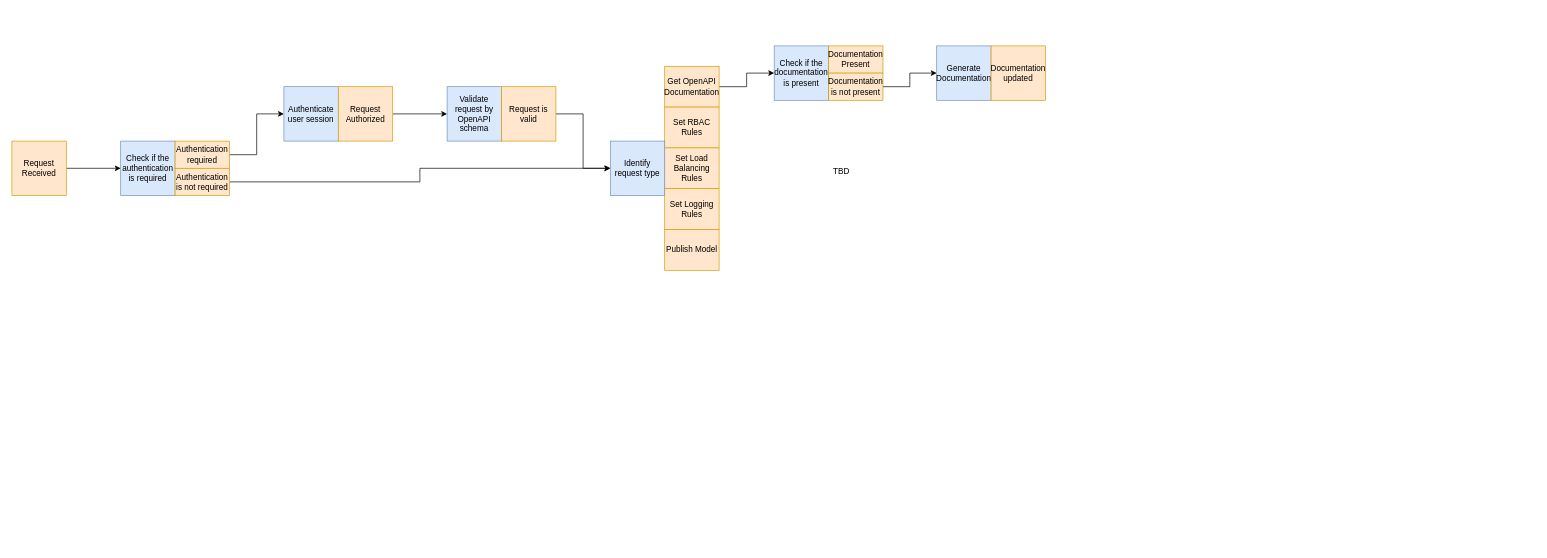
The draw.io diagram PracticeTasks/Module2/Task_9/events.drawio in fanglores/Advanced-Software-Design, before the edit. Source tidied: cells renumbered, new cells numbered last; positions are measured from the earlier drawing's top-left corner, leaving out a move shared by most shapes. Both pictures are drawn from the tidied source at 68%, with x=0, y=0 at pixel (12, 46).
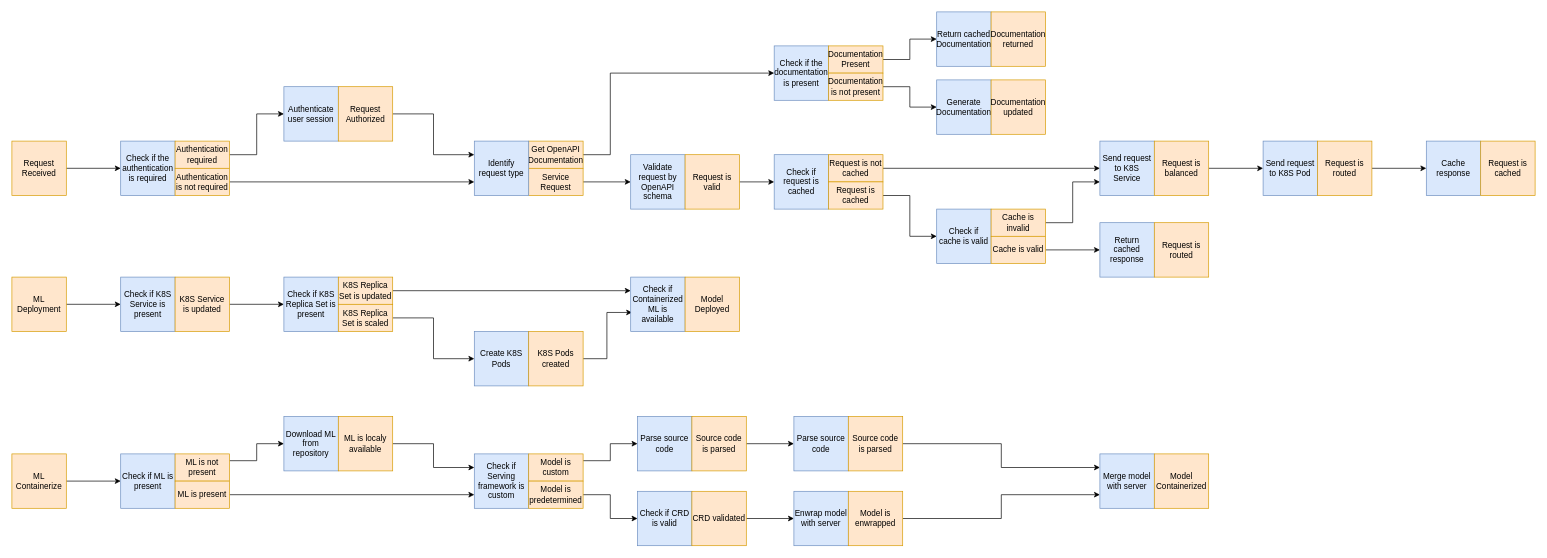
The same page after the edit.

Unchanged cells that the change refers to:
```xml
<mxCell id="6" value="Request Authorized" style="rounded=0;whiteSpace=wrap;html=1;fillColor=#ffe6cc;strokeColor=#d79b00;" parent="1" vertex="1">
  <mxGeometry x="480" y="60" width="80" height="80" as="geometry" />
</mxCell>
<mxCell id="20" value="Authentication is not required" style="rounded=0;whiteSpace=wrap;html=1;fillColor=#ffe6cc;strokeColor=#d79b00;" parent="1" vertex="1">
  <mxGeometry x="240" y="180" width="80" height="40" as="geometry" />
</mxCell>
<mxCell id="22" value="Check if the documentation is present" style="rounded=0;whiteSpace=wrap;html=1;fillColor=#dae8fc;strokeColor=#6c8ebf;" parent="1" vertex="1">
  <mxGeometry x="1121" width="80" height="80" as="geometry" />
</mxCell>
<mxCell id="23" value="Documentation Present" style="rounded=0;whiteSpace=wrap;html=1;fillColor=#ffe6cc;strokeColor=#d79b00;" parent="1" vertex="1">
  <mxGeometry x="1201" width="80" height="40" as="geometry" />
</mxCell>
```

Diff of the diagram source:
```diff
@@
-    <mxCell id="5" style="edgeStyle=orthogonalEdgeStyle;rounded=0;jettySize=auto;html=1;exitX=1;exitY=0.5;exitDx=0;exitDy=0;entryX=0;entryY=0.5;entryDx=0;entryDy=0;" parent="1" edge="1" source="6" target="7">
+    <mxCell id="5" style="edgeStyle=orthogonalEdgeStyle;rounded=0;jettySize=auto;html=1;exitX=1;exitY=0.5;exitDx=0;exitDy=0;entryX=0;entryY=0.25;entryDx=0;entryDy=0;" parent="1" edge="1" source="6" target="21">
       <mxGeometry relative="1" as="geometry" />
     </mxCell>
@@
     <mxCell id="7" value="Validate request by OpenAPI schema" style="rounded=0;whiteSpace=wrap;html=1;fillColor=#dae8fc;strokeColor=#6c8ebf;" parent="1" vertex="1">
-      <mxGeometry x="640" y="60" width="80" height="80" as="geometry" />
+      <mxGeometry x="910" y="160" width="80" height="80" as="geometry" />
     </mxCell>
-    <mxCell id="8" style="edgeStyle=orthogonalEdgeStyle;rounded=0;jettySize=auto;html=1;exitX=1;exitY=0.5;exitDx=0;exitDy=0;entryX=0;entryY=0.5;entryDx=0;entryDy=0;" parent="1" edge="1" source="9" target="21">
-      <mxGeometry relative="1" as="geometry" />
-    </mxCell>
+    <mxCell id="29" style="edgeStyle=orthogonalEdgeStyle;rounded=0;html=1;exitX=1;exitY=0.5;exitDx=0;exitDy=0;entryX=0;entryY=0.5;entryDx=0;entryDy=0;" parent="1" edge="1" source="9" target="57">
+      <mxGeometry relative="1" as="geometry" />
+    </mxCell>
     <mxCell id="9" value="Request is valid" style="rounded=0;whiteSpace=wrap;html=1;fillColor=#ffe6cc;strokeColor=#d79b00;" parent="1" vertex="1">
-      <mxGeometry x="720" y="60" width="80" height="80" as="geometry" />
+      <mxGeometry x="990" y="160" width="80" height="80" as="geometry" />
     </mxCell>
@@
     <mxCell id="11" style="edgeStyle=orthogonalEdgeStyle;rounded=0;jettySize=auto;html=1;exitX=1;exitY=0.5;exitDx=0;exitDy=0;entryX=0;entryY=0.5;entryDx=0;entryDy=0;" parent="1" edge="1" source="12" target="22">
-      <mxGeometry relative="1" as="geometry" />
+      <mxGeometry relative="1" as="geometry">
+        <Array as="points">
+          <mxPoint x="880" y="160" />
+          <mxPoint x="880" y="40" />
+        </Array>
+      </mxGeometry>
     </mxCell>
     <mxCell id="12" value="Get OpenAPI&lt;div&gt;Documentation&lt;/div&gt;" style="rounded=0;whiteSpace=wrap;html=1;fillColor=#ffe6cc;strokeColor=#d79b00;" parent="1" vertex="1">
-      <mxGeometry x="960" y="30" width="80" height="60" as="geometry" />
+      <mxGeometry x="760" y="140" width="80" height="40" as="geometry" />
     </mxCell>
-    <mxCell id="13" value="Set RBAC Rules" style="rounded=0;whiteSpace=wrap;html=1;fillColor=#ffe6cc;strokeColor=#d79b00;" parent="1" vertex="1">
-      <mxGeometry x="960" y="90" width="80" height="60" as="geometry" />
-    </mxCell>
-    <mxCell id="14" value="Set Load Balancing Rules" style="rounded=0;whiteSpace=wrap;html=1;fillColor=#ffe6cc;strokeColor=#d79b00;" parent="1" vertex="1">
-      <mxGeometry x="960" y="150" width="80" height="60" as="geometry" />
-    </mxCell>
-    <mxCell id="15" value="Set Logging Rules" style="rounded=0;whiteSpace=wrap;html=1;fillColor=#ffe6cc;strokeColor=#d79b00;" parent="1" vertex="1">
-      <mxGeometry x="960" y="210" width="80" height="60" as="geometry" />
-    </mxCell>
+    <mxCell id="30" style="edgeStyle=orthogonalEdgeStyle;html=1;exitX=1;exitY=0.5;exitDx=0;exitDy=0;entryX=0;entryY=0.5;entryDx=0;entryDy=0;rounded=0;" parent="1" edge="1" source="16" target="7">
+      <mxGeometry relative="1" as="geometry" />
+    </mxCell>
-    <mxCell id="16" value="Publish Model" style="rounded=0;whiteSpace=wrap;html=1;fillColor=#ffe6cc;strokeColor=#d79b00;" parent="1" vertex="1">
-      <mxGeometry x="960" y="270" width="80" height="60" as="geometry" />
+    <mxCell id="16" value="Service Request" style="rounded=0;whiteSpace=wrap;html=1;fillColor=#ffe6cc;strokeColor=#d79b00;" parent="1" vertex="1">
+      <mxGeometry x="760" y="180" width="80" height="40" as="geometry" />
     </mxCell>
@@
-    <mxCell id="19" style="edgeStyle=orthogonalEdgeStyle;rounded=0;jettySize=auto;html=1;exitX=1;exitY=0.5;exitDx=0;exitDy=0;" parent="1" edge="1" source="20" target="21">
+    <mxCell id="19" style="edgeStyle=orthogonalEdgeStyle;rounded=0;jettySize=auto;html=1;exitX=1;exitY=0.5;exitDx=0;exitDy=0;entryX=0;entryY=0.75;entryDx=0;entryDy=0;" parent="1" edge="1" source="20" target="21">
       <mxGeometry relative="1" as="geometry" />
     </mxCell>
@@
     <mxCell id="21" value="Identify request type" style="rounded=0;whiteSpace=wrap;html=1;fillColor=#dae8fc;strokeColor=#6c8ebf;" parent="1" vertex="1">
-      <mxGeometry x="880" y="140" width="80" height="80" as="geometry" />
+      <mxGeometry x="680" y="140" width="80" height="80" as="geometry" />
     </mxCell>
@@
+    <mxCell id="31" style="edgeStyle=orthogonalEdgeStyle;rounded=0;html=1;exitX=1;exitY=0.5;exitDx=0;exitDy=0;entryX=0;entryY=0.5;entryDx=0;entryDy=0;" parent="1" edge="1" source="23" target="37">
+      <mxGeometry relative="1" as="geometry" />
+    </mxCell>
@@
     <mxCell id="26" value="Generate Documentation" style="rounded=0;whiteSpace=wrap;html=1;fillColor=#dae8fc;strokeColor=#6c8ebf;" parent="1" vertex="1">
-      <mxGeometry x="1360" width="80" height="80" as="geometry" />
+      <mxGeometry x="1360" y="50" width="80" height="80" as="geometry" />
     </mxCell>
     <mxCell id="27" value="Documentation updated" style="rounded=0;whiteSpace=wrap;html=1;fillColor=#ffe6cc;strokeColor=#d79b00;" parent="1" vertex="1">
-      <mxGeometry x="1440" width="80" height="80" as="geometry" />
+      <mxGeometry x="1440" y="50" width="80" height="80" as="geometry" />
     </mxCell>
-    <mxCell id="28" value="TBD" style="text;html=1;align=center;verticalAlign=middle;whiteSpace=wrap;rounded=0;" parent="1" vertex="1">
-      <mxGeometry x="1190" y="170" width="60" height="30" as="geometry" />
-    </mxCell>
+    <mxCell id="32" style="edgeStyle=orthogonalEdgeStyle;rounded=0;html=1;exitX=1;exitY=0.5;exitDx=0;exitDy=0;entryX=0;entryY=0.5;entryDx=0;entryDy=0;" parent="1" edge="1" source="33" target="34">
+      <mxGeometry relative="1" as="geometry" />
+    </mxCell>
+    <mxCell id="33" value="ML Deployment" style="rounded=0;whiteSpace=wrap;html=1;fillColor=#ffe6cc;strokeColor=#d79b00;" parent="1" vertex="1">
+      <mxGeometry y="340" width="80" height="80" as="geometry" />
+    </mxCell>
+    <mxCell id="34" value="Check if K8S Service is present" style="rounded=0;whiteSpace=wrap;html=1;fillColor=#dae8fc;strokeColor=#6c8ebf;" parent="1" vertex="1">
+      <mxGeometry x="160" y="340" width="80" height="80" as="geometry" />
+    </mxCell>
+    <mxCell id="35" style="edgeStyle=orthogonalEdgeStyle;rounded=0;html=1;exitX=1;exitY=0.5;exitDx=0;exitDy=0;entryX=0;entryY=0.5;entryDx=0;entryDy=0;" parent="1" edge="1" source="36" target="45">
+      <mxGeometry relative="1" as="geometry" />
+    </mxCell>
+    <mxCell id="36" value="K8S Service is updated" style="rounded=0;whiteSpace=wrap;html=1;fillColor=#ffe6cc;strokeColor=#d79b00;" parent="1" vertex="1">
+      <mxGeometry x="240" y="340" width="80" height="80" as="geometry" />
+    </mxCell>
+    <mxCell id="37" value="Return cached Documentation" style="rounded=0;whiteSpace=wrap;html=1;fillColor=#dae8fc;strokeColor=#6c8ebf;" parent="1" vertex="1">
+      <mxGeometry x="1360" y="-50" width="80" height="80" as="geometry" />
+    </mxCell>
+    <mxCell id="38" value="Documentation returned" style="rounded=0;whiteSpace=wrap;html=1;fillColor=#ffe6cc;strokeColor=#d79b00;" parent="1" vertex="1">
+      <mxGeometry x="1440" y="-50" width="80" height="80" as="geometry" />
+    </mxCell>
+    <mxCell id="39" value="Send request to K8S Service" style="rounded=0;whiteSpace=wrap;html=1;fillColor=#dae8fc;strokeColor=#6c8ebf;" parent="1" vertex="1">
+      <mxGeometry x="1600" y="140" width="80" height="80" as="geometry" />
+    </mxCell>
+    <mxCell id="40" style="edgeStyle=orthogonalEdgeStyle;rounded=0;html=1;exitX=1;exitY=0.5;exitDx=0;exitDy=0;entryX=0;entryY=0.5;entryDx=0;entryDy=0;" parent="1" edge="1" source="41" target="42">
+      <mxGeometry relative="1" as="geometry" />
+    </mxCell>
+    <mxCell id="41" value="Request is balanced" style="rounded=0;whiteSpace=wrap;html=1;fillColor=#ffe6cc;strokeColor=#d79b00;" parent="1" vertex="1">
+      <mxGeometry x="1680" y="140" width="80" height="80" as="geometry" />
+    </mxCell>
+    <mxCell id="42" value="Send request to K8S Pod" style="rounded=0;whiteSpace=wrap;html=1;fillColor=#dae8fc;strokeColor=#6c8ebf;" parent="1" vertex="1">
+      <mxGeometry x="1840" y="140" width="80" height="80" as="geometry" />
+    </mxCell>
+    <mxCell id="43" style="edgeStyle=orthogonalEdgeStyle;rounded=0;html=1;exitX=1;exitY=0.5;exitDx=0;exitDy=0;entryX=0;entryY=0.5;entryDx=0;entryDy=0;" parent="1" edge="1" source="44" target="55">
+      <mxGeometry relative="1" as="geometry" />
+    </mxCell>
+    <mxCell id="44" value="Request is routed" style="rounded=0;whiteSpace=wrap;html=1;fillColor=#ffe6cc;strokeColor=#d79b00;" parent="1" vertex="1">
+      <mxGeometry x="1920" y="140" width="80" height="80" as="geometry" />
+    </mxCell>
+    <mxCell id="45" value="Check if K8S Replica Set is present" style="rounded=0;whiteSpace=wrap;html=1;fillColor=#dae8fc;strokeColor=#6c8ebf;" parent="1" vertex="1">
+      <mxGeometry x="400" y="340" width="80" height="80" as="geometry" />
+    </mxCell>
+    <mxCell id="46" style="edgeStyle=orthogonalEdgeStyle;rounded=0;html=1;exitX=1;exitY=0.5;exitDx=0;exitDy=0;entryX=0;entryY=0.25;entryDx=0;entryDy=0;" parent="1" edge="1" source="47" target="53">
+      <mxGeometry relative="1" as="geometry" />
+    </mxCell>
+    <mxCell id="47" value="K8S Replica Set is updated" style="rounded=0;whiteSpace=wrap;html=1;fillColor=#ffe6cc;strokeColor=#d79b00;" parent="1" vertex="1">
+      <mxGeometry x="480" y="340" width="80" height="40" as="geometry" />
+    </mxCell>
+    <mxCell id="48" style="edgeStyle=orthogonalEdgeStyle;rounded=0;html=1;exitX=1;exitY=0.5;exitDx=0;exitDy=0;entryX=0;entryY=0.5;entryDx=0;entryDy=0;" parent="1" edge="1" source="49" target="50">
+      <mxGeometry relative="1" as="geometry" />
+    </mxCell>
+    <mxCell id="49" value="K8S Replica Set is scaled" style="rounded=0;whiteSpace=wrap;html=1;fillColor=#ffe6cc;strokeColor=#d79b00;" parent="1" vertex="1">
+      <mxGeometry x="480" y="380" width="80" height="40" as="geometry" />
+    </mxCell>
+    <mxCell id="50" value="Create K8S Pods" style="rounded=0;whiteSpace=wrap;html=1;fillColor=#dae8fc;strokeColor=#6c8ebf;" parent="1" vertex="1">
+      <mxGeometry x="680" y="420" width="80" height="80" as="geometry" />
+    </mxCell>
+    <mxCell id="51" style="edgeStyle=orthogonalEdgeStyle;rounded=0;html=1;exitX=1;exitY=0.5;exitDx=0;exitDy=0;entryX=0.025;entryY=0.65;entryDx=0;entryDy=0;entryPerimeter=0;" parent="1" edge="1" source="52" target="53">
+      <mxGeometry relative="1" as="geometry" />
+    </mxCell>
+    <mxCell id="52" value="K8S Pods created" style="rounded=0;whiteSpace=wrap;html=1;fillColor=#ffe6cc;strokeColor=#d79b00;" parent="1" vertex="1">
+      <mxGeometry x="760" y="420" width="80" height="80" as="geometry" />
+    </mxCell>
+    <mxCell id="53" value="Check if Containerized ML is available" style="rounded=0;whiteSpace=wrap;html=1;fillColor=#dae8fc;strokeColor=#6c8ebf;" parent="1" vertex="1">
+      <mxGeometry x="910" y="340" width="80" height="80" as="geometry" />
+    </mxCell>
+    <mxCell id="54" value="Model Deployed" style="rounded=0;whiteSpace=wrap;html=1;fillColor=#ffe6cc;strokeColor=#d79b00;" parent="1" vertex="1">
+      <mxGeometry x="990" y="340" width="80" height="80" as="geometry" />
+    </mxCell>
+    <mxCell id="55" value="Cache response" style="rounded=0;whiteSpace=wrap;html=1;fillColor=#dae8fc;strokeColor=#6c8ebf;" parent="1" vertex="1">
+      <mxGeometry x="2080" y="140" width="80" height="80" as="geometry" />
+    </mxCell>
+    <mxCell id="56" value="Request is cached" style="rounded=0;whiteSpace=wrap;html=1;fillColor=#ffe6cc;strokeColor=#d79b00;" parent="1" vertex="1">
+      <mxGeometry x="2160" y="140" width="80" height="80" as="geometry" />
+    </mxCell>
+    <mxCell id="57" value="Check if request is cached" style="rounded=0;whiteSpace=wrap;html=1;fillColor=#dae8fc;strokeColor=#6c8ebf;" parent="1" vertex="1">
+      <mxGeometry x="1121" y="160" width="80" height="80" as="geometry" />
+    </mxCell>
+    <mxCell id="58" style="edgeStyle=orthogonalEdgeStyle;rounded=0;html=1;exitX=1;exitY=0.5;exitDx=0;exitDy=0;entryX=0;entryY=0.5;entryDx=0;entryDy=0;" parent="1" edge="1" source="59" target="39">
+      <mxGeometry relative="1" as="geometry" />
+    </mxCell>
+    <mxCell id="59" value="Request is not cached" style="rounded=0;whiteSpace=wrap;html=1;fillColor=#ffe6cc;strokeColor=#d79b00;" parent="1" vertex="1">
+      <mxGeometry x="1201" y="160" width="80" height="40" as="geometry" />
+    </mxCell>
+    <mxCell id="60" value="Check if cache is valid" style="rounded=0;whiteSpace=wrap;html=1;fillColor=#dae8fc;strokeColor=#6c8ebf;" parent="1" vertex="1">
+      <mxGeometry x="1360" y="240" width="80" height="80" as="geometry" />
+    </mxCell>
+    <mxCell id="61" style="edgeStyle=orthogonalEdgeStyle;rounded=0;html=1;exitX=1;exitY=0.5;exitDx=0;exitDy=0;entryX=0;entryY=0.75;entryDx=0;entryDy=0;" parent="1" edge="1" source="62" target="39">
+      <mxGeometry relative="1" as="geometry" />
+    </mxCell>
+    <mxCell id="62" value="Cache is invalid" style="rounded=0;whiteSpace=wrap;html=1;fillColor=#ffe6cc;strokeColor=#d79b00;" parent="1" vertex="1">
+      <mxGeometry x="1440" y="240" width="80" height="40" as="geometry" />
+    </mxCell>
+    <mxCell id="63" style="edgeStyle=orthogonalEdgeStyle;rounded=0;html=1;exitX=1;exitY=0.5;exitDx=0;exitDy=0;entryX=0;entryY=0.5;entryDx=0;entryDy=0;" parent="1" edge="1" source="64" target="60">
+      <mxGeometry relative="1" as="geometry" />
+    </mxCell>
+    <mxCell id="64" value="Request is cached" style="rounded=0;whiteSpace=wrap;html=1;fillColor=#ffe6cc;strokeColor=#d79b00;" parent="1" vertex="1">
+      <mxGeometry x="1201" y="200" width="80" height="40" as="geometry" />
+    </mxCell>
+    <mxCell id="65" value="Return cached response" style="rounded=0;whiteSpace=wrap;html=1;fillColor=#dae8fc;strokeColor=#6c8ebf;" parent="1" vertex="1">
+      <mxGeometry x="1600" y="260" width="80" height="80" as="geometry" />
+    </mxCell>
+    <mxCell id="66" value="Request is routed" style="rounded=0;whiteSpace=wrap;html=1;fillColor=#ffe6cc;strokeColor=#d79b00;" parent="1" vertex="1">
+      <mxGeometry x="1680" y="260" width="80" height="80" as="geometry" />
+    </mxCell>
+    <mxCell id="67" style="edgeStyle=orthogonalEdgeStyle;rounded=0;html=1;exitX=1;exitY=0.5;exitDx=0;exitDy=0;entryX=0;entryY=0.5;entryDx=0;entryDy=0;" parent="1" edge="1" source="68" target="65">
+      <mxGeometry relative="1" as="geometry" />
+    </mxCell>
+    <mxCell id="68" value="Cache is valid" style="rounded=0;whiteSpace=wrap;html=1;fillColor=#ffe6cc;strokeColor=#d79b00;" parent="1" vertex="1">
+      <mxGeometry x="1440" y="280" width="80" height="40" as="geometry" />
+    </mxCell>
+    <mxCell id="69" style="edgeStyle=orthogonalEdgeStyle;rounded=0;html=1;exitX=1;exitY=0.5;exitDx=0;exitDy=0;entryX=0;entryY=0.5;entryDx=0;entryDy=0;" parent="1" edge="1" source="70" target="91">
+      <mxGeometry relative="1" as="geometry" />
+    </mxCell>
+    <mxCell id="70" value="ML Containerize" style="rounded=0;whiteSpace=wrap;html=1;fillColor=#ffe6cc;strokeColor=#d79b00;" parent="1" vertex="1">
+      <mxGeometry y="600" width="80" height="80" as="geometry" />
+    </mxCell>
+    <mxCell id="71" value="Check if Serving framework is custom" style="rounded=0;whiteSpace=wrap;html=1;fillColor=#dae8fc;strokeColor=#6c8ebf;" parent="1" vertex="1">
+      <mxGeometry x="680" y="600" width="80" height="80" as="geometry" />
+    </mxCell>
+    <mxCell id="72" style="edgeStyle=orthogonalEdgeStyle;rounded=0;html=1;exitX=1;exitY=0.25;exitDx=0;exitDy=0;entryX=0;entryY=0.5;entryDx=0;entryDy=0;" parent="1" edge="1" source="73" target="76">
+      <mxGeometry relative="1" as="geometry" />
+    </mxCell>
+    <mxCell id="73" value="Model is custom" style="rounded=0;whiteSpace=wrap;html=1;fillColor=#ffe6cc;strokeColor=#d79b00;" parent="1" vertex="1">
+      <mxGeometry x="760" y="600" width="80" height="40" as="geometry" />
+    </mxCell>
+    <mxCell id="74" style="edgeStyle=orthogonalEdgeStyle;rounded=0;html=1;exitX=1;exitY=0.5;exitDx=0;exitDy=0;entryX=0;entryY=0.5;entryDx=0;entryDy=0;" parent="1" edge="1" source="75" target="79">
+      <mxGeometry relative="1" as="geometry" />
+    </mxCell>
+    <mxCell id="75" value="Model is predetermined" style="rounded=0;whiteSpace=wrap;html=1;fillColor=#ffe6cc;strokeColor=#d79b00;" parent="1" vertex="1">
+      <mxGeometry x="760" y="640" width="80" height="40" as="geometry" />
+    </mxCell>
+    <mxCell id="76" value="Parse source code" style="rounded=0;whiteSpace=wrap;html=1;fillColor=#dae8fc;strokeColor=#6c8ebf;" parent="1" vertex="1">
+      <mxGeometry x="920" y="545" width="80" height="80" as="geometry" />
+    </mxCell>
+    <mxCell id="77" style="edgeStyle=orthogonalEdgeStyle;rounded=0;html=1;exitX=1;exitY=0.5;exitDx=0;exitDy=0;entryX=0;entryY=0.5;entryDx=0;entryDy=0;" parent="1" edge="1" source="78" target="88">
+      <mxGeometry relative="1" as="geometry" />
+    </mxCell>
+    <mxCell id="78" value="Source code is parsed" style="rounded=0;whiteSpace=wrap;html=1;fillColor=#ffe6cc;strokeColor=#d79b00;" parent="1" vertex="1">
+      <mxGeometry x="1000" y="545" width="80" height="80" as="geometry" />
+    </mxCell>
+    <mxCell id="79" value="Check if CRD is valid" style="rounded=0;whiteSpace=wrap;html=1;fillColor=#dae8fc;strokeColor=#6c8ebf;" parent="1" vertex="1">
+      <mxGeometry x="920" y="655" width="80" height="80" as="geometry" />
+    </mxCell>
+    <mxCell id="80" style="edgeStyle=orthogonalEdgeStyle;rounded=0;html=1;exitX=1;exitY=0.5;exitDx=0;exitDy=0;entryX=0;entryY=0.5;entryDx=0;entryDy=0;" parent="1" edge="1" source="81" target="85">
+      <mxGeometry relative="1" as="geometry" />
+    </mxCell>
+    <mxCell id="81" value="CRD validated" style="rounded=0;whiteSpace=wrap;html=1;fillColor=#ffe6cc;strokeColor=#d79b00;" parent="1" vertex="1">
+      <mxGeometry x="1000" y="655" width="80" height="80" as="geometry" />
+    </mxCell>
+    <mxCell id="82" value="Download ML from repository" style="rounded=0;whiteSpace=wrap;html=1;fillColor=#dae8fc;strokeColor=#6c8ebf;" parent="1" vertex="1">
+      <mxGeometry x="400" y="545" width="80" height="80" as="geometry" />
+    </mxCell>
+    <mxCell id="83" style="edgeStyle=orthogonalEdgeStyle;rounded=0;html=1;exitX=1;exitY=0.5;exitDx=0;exitDy=0;entryX=0;entryY=0.25;entryDx=0;entryDy=0;" parent="1" edge="1" source="84" target="71">
+      <mxGeometry relative="1" as="geometry" />
+    </mxCell>
+    <mxCell id="84" value="ML is localy available" style="rounded=0;whiteSpace=wrap;html=1;fillColor=#ffe6cc;strokeColor=#d79b00;" parent="1" vertex="1">
+      <mxGeometry x="480" y="545" width="80" height="80" as="geometry" />
+    </mxCell>
+    <mxCell id="85" value="Enwrap model with server" style="rounded=0;whiteSpace=wrap;html=1;fillColor=#dae8fc;strokeColor=#6c8ebf;" parent="1" vertex="1">
+      <mxGeometry x="1150" y="655" width="80" height="80" as="geometry" />
+    </mxCell>
+    <mxCell id="86" style="edgeStyle=orthogonalEdgeStyle;rounded=0;html=1;exitX=1;exitY=0.5;exitDx=0;exitDy=0;entryX=0;entryY=0.75;entryDx=0;entryDy=0;" parent="1" edge="1" source="87" target="96">
+      <mxGeometry relative="1" as="geometry" />
+    </mxCell>
+    <mxCell id="87" value="Model is enwrapped" style="rounded=0;whiteSpace=wrap;html=1;fillColor=#ffe6cc;strokeColor=#d79b00;" parent="1" vertex="1">
+      <mxGeometry x="1230" y="655" width="80" height="80" as="geometry" />
+    </mxCell>
+    <mxCell id="88" value="Parse source code" style="rounded=0;whiteSpace=wrap;html=1;fillColor=#dae8fc;strokeColor=#6c8ebf;" parent="1" vertex="1">
+      <mxGeometry x="1150" y="545" width="80" height="80" as="geometry" />
+    </mxCell>
+    <mxCell id="89" style="edgeStyle=orthogonalEdgeStyle;rounded=0;html=1;exitX=1;exitY=0.5;exitDx=0;exitDy=0;entryX=0;entryY=0.25;entryDx=0;entryDy=0;" parent="1" edge="1" source="90" target="96">
+      <mxGeometry relative="1" as="geometry" />
+    </mxCell>
+    <mxCell id="90" value="Source code is parsed" style="rounded=0;whiteSpace=wrap;html=1;fillColor=#ffe6cc;strokeColor=#d79b00;" parent="1" vertex="1">
+      <mxGeometry x="1230" y="545" width="80" height="80" as="geometry" />
+    </mxCell>
+    <mxCell id="91" value="Check if ML is present" style="rounded=0;whiteSpace=wrap;html=1;fillColor=#dae8fc;strokeColor=#6c8ebf;" parent="1" vertex="1">
+      <mxGeometry x="160" y="600" width="80" height="80" as="geometry" />
+    </mxCell>
+    <mxCell id="92" style="edgeStyle=orthogonalEdgeStyle;rounded=0;html=1;exitX=1;exitY=0.5;exitDx=0;exitDy=0;entryX=0;entryY=0.75;entryDx=0;entryDy=0;" parent="1" edge="1" source="95" target="71">
+      <mxGeometry relative="1" as="geometry" />
+    </mxCell>
+    <mxCell id="93" style="edgeStyle=orthogonalEdgeStyle;rounded=0;html=1;exitX=1;exitY=0.25;exitDx=0;exitDy=0;entryX=0;entryY=0.5;entryDx=0;entryDy=0;" parent="1" edge="1" source="94" target="82">
+      <mxGeometry relative="1" as="geometry" />
+    </mxCell>
+    <mxCell id="94" value="ML is not present" style="rounded=0;whiteSpace=wrap;html=1;fillColor=#ffe6cc;strokeColor=#d79b00;" parent="1" vertex="1">
+      <mxGeometry x="240" y="600" width="80" height="40" as="geometry" />
+    </mxCell>
+    <mxCell id="95" value="ML is present" style="rounded=0;whiteSpace=wrap;html=1;fillColor=#ffe6cc;strokeColor=#d79b00;" parent="1" vertex="1">
+      <mxGeometry x="240" y="640" width="80" height="40" as="geometry" />
+    </mxCell>
+    <mxCell id="96" value="Merge model with server" style="rounded=0;whiteSpace=wrap;html=1;fillColor=#dae8fc;strokeColor=#6c8ebf;" parent="1" vertex="1">
+      <mxGeometry x="1600" y="600" width="80" height="80" as="geometry" />
+    </mxCell>
+    <mxCell id="97" value="Model Containerized" style="rounded=0;whiteSpace=wrap;html=1;fillColor=#ffe6cc;strokeColor=#d79b00;" parent="1" vertex="1">
+      <mxGeometry x="1680" y="600" width="80" height="80" as="geometry" />
+    </mxCell>
```
